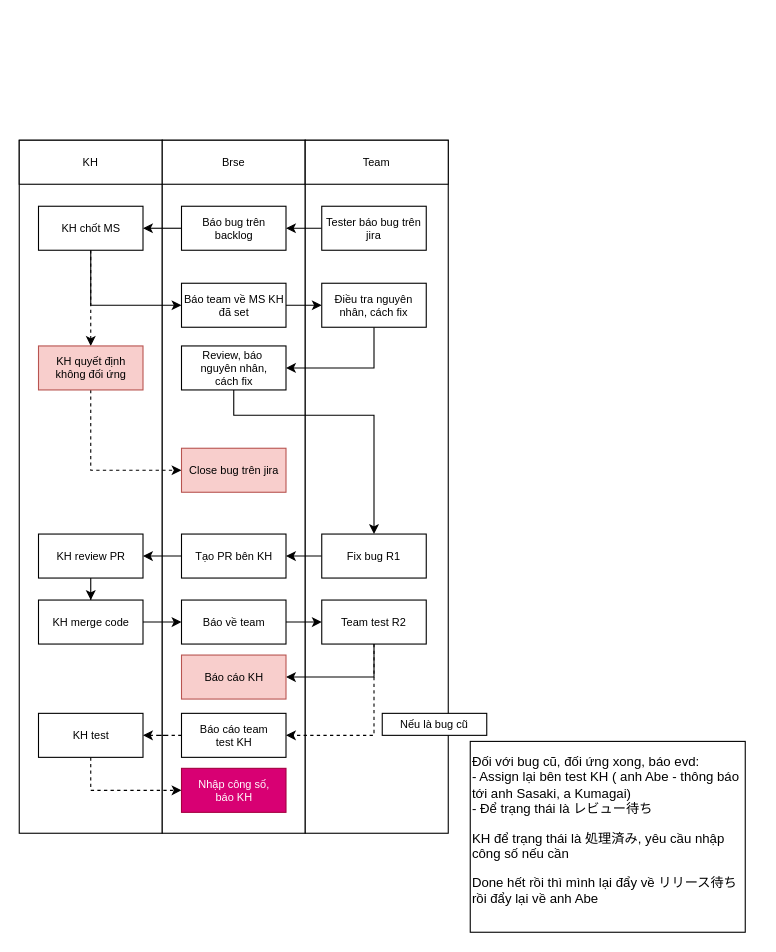
The draw.io diagram page "Bug" (1 of 2) of UML_drawer/flow.drawio in namnguyen5902/UML_drawer, before the edit. Source tidied: cells renumbered, new cells numbered last; positions are measured from the earlier drawing's top-left corner, leaving out a move shared by most shapes. Both pictures are drawn from the tidied source at 110%, with x=0, y=0 at pixel (19, 140).
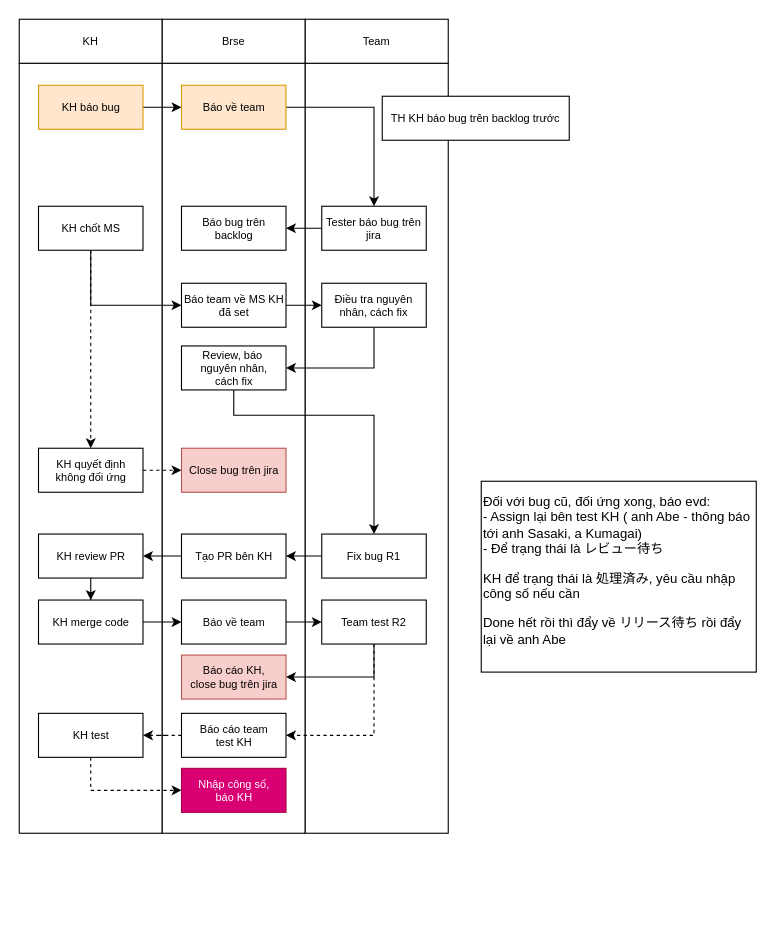
The same page after the edit.

The change refers to these unchanged cells:
```xml
<mxCell id="9" value="Báo bug trên backlog" style="rounded=0;whiteSpace=wrap;html=1;fontSize=10;" parent="1" vertex="1">
  <mxGeometry x="147.5" y="60" width="95" height="40" as="geometry" />
</mxCell>
<mxCell id="11" value="Tester báo bug trên jira" style="rounded=0;whiteSpace=wrap;html=1;fontSize=10;" parent="1" vertex="1">
  <mxGeometry x="275" y="60" width="95" height="40" as="geometry" />
</mxCell>
<mxCell id="12" value="KH chốt MS" style="rounded=0;whiteSpace=wrap;html=1;fontSize=10;" parent="1" vertex="1">
  <mxGeometry x="17.5" y="60" width="95" height="40" as="geometry" />
</mxCell>
<mxCell id="43" value="Close bug trên jira" style="rounded=0;whiteSpace=wrap;html=1;fontSize=10;fillColor=#f8cecc;strokeColor=#b85450;" parent="1" vertex="1">
  <mxGeometry x="147.5" y="280" width="95" height="40" as="geometry" />
</mxCell>
```

Change to the diagram source:
```diff
@@
     <mxCell id="2" style="rounded=0;whiteSpace=wrap;html=1;fontSize=10;" parent="1" vertex="1">
-      <mxGeometry width="130" height="630" as="geometry" />
+      <mxGeometry y="-70" width="130" height="700" as="geometry" />
     </mxCell>
     <mxCell id="3" style="rounded=0;whiteSpace=wrap;html=1;fontSize=10;" parent="1" vertex="1">
-      <mxGeometry x="130" width="130" height="630" as="geometry" />
+      <mxGeometry x="130" y="-70" width="130" height="700" as="geometry" />
     </mxCell>
     <mxCell id="4" value="KH" style="rounded=0;whiteSpace=wrap;html=1;fontSize=10;" parent="1" vertex="1">
-      <mxGeometry width="130" height="40" as="geometry" />
+      <mxGeometry y="-110" width="130" height="40" as="geometry" />
     </mxCell>
     <mxCell id="5" value="Brse" style="rounded=0;whiteSpace=wrap;html=1;fontSize=10;" parent="1" vertex="1">
-      <mxGeometry x="130" width="130" height="40" as="geometry" />
+      <mxGeometry x="130" y="-110" width="130" height="40" as="geometry" />
     </mxCell>
     <mxCell id="6" style="rounded=0;whiteSpace=wrap;html=1;fontSize=10;" parent="1" vertex="1">
-      <mxGeometry x="260" width="130" height="630" as="geometry" />
+      <mxGeometry x="260" y="-70" width="130" height="700" as="geometry" />
     </mxCell>
     <mxCell id="7" value="Team" style="rounded=0;whiteSpace=wrap;html=1;fontSize=10;" parent="1" vertex="1">
-      <mxGeometry x="260" width="130" height="40" as="geometry" />
+      <mxGeometry x="260" y="-110" width="130" height="40" as="geometry" />
     </mxCell>
@@
-    <mxCell id="28" value="Báo cáo KH" style="rounded=0;whiteSpace=wrap;html=1;fontSize=10;fillColor=#f8cecc;strokeColor=#b85450;" parent="1" vertex="1">
+    <mxCell id="28" value="Báo cáo KH,&lt;div&gt;close bug trên jira&lt;br&gt;&lt;/div&gt;" style="rounded=0;whiteSpace=wrap;html=1;fontSize=10;fillColor=#f8cecc;strokeColor=#b85450;" parent="1" vertex="1">
       <mxGeometry x="147.5" y="468" width="95" height="40" as="geometry" />
     </mxCell>
-    <mxCell id="29" style="edgeStyle=orthogonalEdgeStyle;rounded=0;jettySize=auto;html=1;entryX=1;entryY=0.5;entryDx=0;entryDy=0;exitX=0;exitY=0.5;exitDx=0;exitDy=0;" parent="1" edge="1" source="9" target="12">
-      <mxGeometry relative="1" as="geometry" />
-    </mxCell>
@@
-    <mxCell id="38" style="edgeStyle=orthogonalEdgeStyle;rounded=0;jettySize=auto;html=1;entryX=0;entryY=0.5;entryDx=0;entryDy=0;exitX=0.5;exitY=1;exitDx=0;exitDy=0;dashed=1;" parent="1" edge="1" source="39" target="43">
+    <mxCell id="38" style="edgeStyle=orthogonalEdgeStyle;rounded=0;jettySize=auto;html=1;entryX=0;entryY=0.5;entryDx=0;entryDy=0;exitX=1;exitY=0.5;exitDx=0;exitDy=0;dashed=1;" parent="1" edge="1" source="39" target="43">
       <mxGeometry relative="1" as="geometry" />
     </mxCell>
-    <mxCell id="39" value="KH quyết định&lt;div&gt;không đối ứng&lt;/div&gt;" style="rounded=0;whiteSpace=wrap;html=1;fontSize=10;fillColor=#f8cecc;strokeColor=#b85450;" parent="1" vertex="1">
-      <mxGeometry x="17.5" y="187" width="95" height="40" as="geometry" />
+    <mxCell id="39" value="KH quyết định&lt;div&gt;không đối ứng&lt;/div&gt;" style="rounded=0;whiteSpace=wrap;html=1;fontSize=10;" parent="1" vertex="1">
+      <mxGeometry x="17.5" y="280" width="95" height="40" as="geometry" />
     </mxCell>
-    <mxCell id="40" value="Nếu là bug cũ" style="rounded=0;whiteSpace=wrap;html=1;fontSize=10;" parent="1" vertex="1">
-      <mxGeometry x="330" y="521" width="95" height="20" as="geometry" />
+    <mxCell id="40" value="TH KH báo bug trên backlog trước" style="rounded=0;whiteSpace=wrap;html=1;fontSize=10;" parent="1" vertex="1">
+      <mxGeometry x="330" y="-40" width="170" height="40" as="geometry" />
     </mxCell>
@@
-    <mxCell id="44" value="&lt;span&gt;Đối với bug cũ, đối ứng xong, báo evd:&lt;/span&gt;&lt;div&gt;&lt;span&gt;- Assign lại bên test KH ( anh Abe - thông báo tới anh Sasaki, a Kumagai)&lt;/span&gt;&lt;/div&gt;&lt;div&gt;&lt;span&gt;- Để trạng thái là レビュー待ち&lt;/span&gt;&lt;/div&gt;&lt;div&gt;&lt;span&gt;&lt;span&gt;&lt;p&gt;KH để trạng thái là 処理済み, yêu cầu nhập công số nếu cần&lt;/p&gt;&lt;p&gt;Done hết rồi thì mình lại đẩy về リリース待ち rồi đẩy lại về anh Abe&amp;nbsp;&lt;/p&gt;&lt;/span&gt;&lt;/span&gt;&lt;/div&gt;" style="rounded=0;whiteSpace=wrap;html=1;align=left;" parent="1" vertex="1">
-      <mxGeometry x="410" y="546.5" width="250" height="173.5" as="geometry" />
+    <mxCell id="44" value="&lt;span&gt;Đối với bug cũ, đối ứng xong, báo evd:&lt;/span&gt;&lt;div&gt;&lt;span&gt;- Assign lại bên test KH ( anh Abe - thông báo tới anh Sasaki, a Kumagai)&lt;/span&gt;&lt;/div&gt;&lt;div&gt;&lt;span&gt;- Để trạng thái là レビュー待ち&lt;/span&gt;&lt;/div&gt;&lt;div&gt;&lt;span&gt;&lt;span&gt;&lt;p&gt;KH để trạng thái là 処理済み, yêu cầu nhập công số nếu cần&lt;/p&gt;&lt;p&gt;Done hết rồi thì đẩy về リリース待ち rồi đẩy lại về anh Abe&amp;nbsp;&lt;/p&gt;&lt;/span&gt;&lt;/span&gt;&lt;/div&gt;" style="rounded=0;whiteSpace=wrap;html=1;align=left;" parent="1" vertex="1">
+      <mxGeometry x="420" y="310" width="250" height="173.5" as="geometry" />
     </mxCell>
+    <mxCell id="45" style="edgeStyle=orthogonalEdgeStyle;rounded=0;jettySize=auto;html=1;" parent="1" edge="1" source="46" target="48">
+      <mxGeometry relative="1" as="geometry" />
+    </mxCell>
+    <mxCell id="46" value="KH báo bug" style="rounded=0;whiteSpace=wrap;html=1;fontSize=10;fillColor=#ffe6cc;strokeColor=#d79b00;" parent="1" vertex="1">
+      <mxGeometry x="17.5" y="-50" width="95" height="40" as="geometry" />
+    </mxCell>
+    <mxCell id="47" style="edgeStyle=orthogonalEdgeStyle;rounded=0;jettySize=auto;html=1;entryX=0.5;entryY=0;entryDx=0;entryDy=0;" parent="1" edge="1" source="48" target="11">
+      <mxGeometry relative="1" as="geometry" />
+    </mxCell>
+    <mxCell id="48" value="Báo về team" style="rounded=0;whiteSpace=wrap;html=1;fontSize=10;fillColor=#ffe6cc;strokeColor=#d79b00;" parent="1" vertex="1">
+      <mxGeometry x="147.5" y="-50" width="95" height="40" as="geometry" />
+    </mxCell>
```
